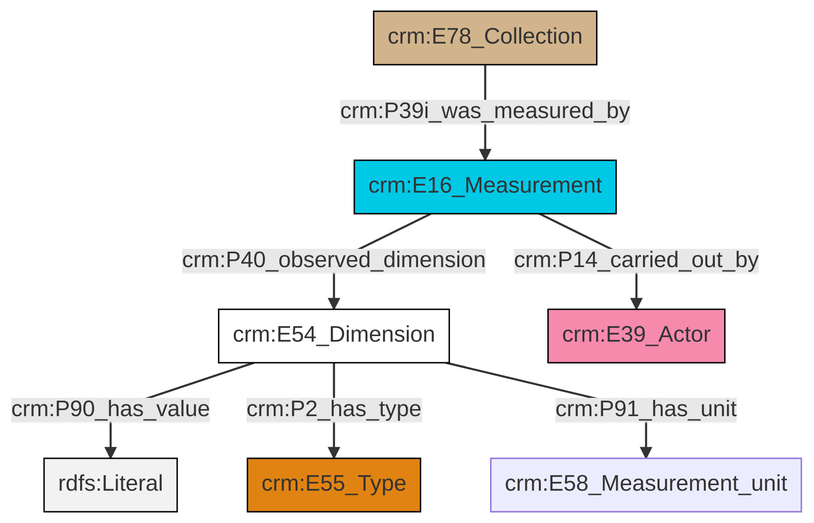
The Mermaid diagram et/archivalCSV/ttl/mmd/png/archival_substance.png in swiss-art-research-net/docs.swissartresearch, before a commit. Its source is kept beside it as et/archivalCSV/ttl/mmd/archival_substance.ttl.mmd.
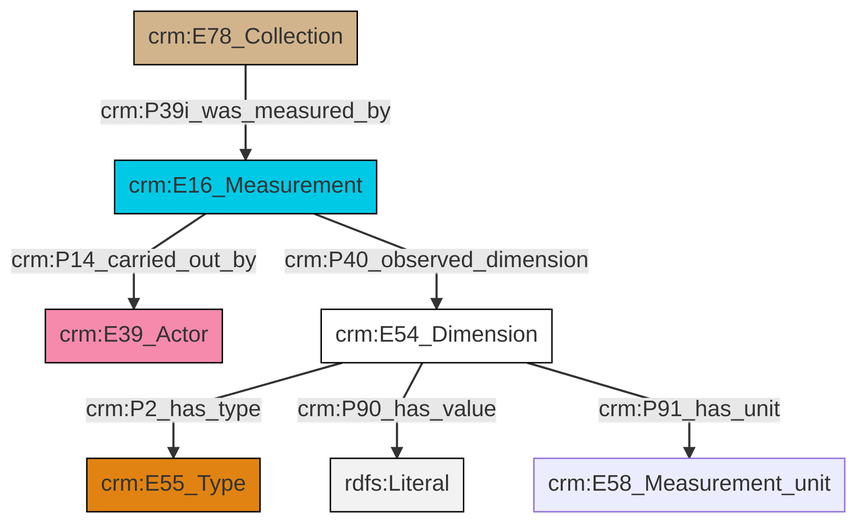
Above is the later version.

What changed in the source:
```diff
@@ -13,9 +13,9 @@
 classDef PC_Classes fill:#4ce600, stroke:#000000;
 classDef Multi fill:#cccccc,stroke:#000000;
 
-4["crm:E54_Dimension"]:::CRM_Entity -->|crm:P90_has_value| 6[rdfs:Literal]:::Literal
-7["crm:E16_Measurement"]:::Temporal_Entity -->|crm:P14_carried_out_by| 8["crm:E39_Actor"]:::Actor
-2["crm:E78_Collection"]:::Physical_Thing -->|crm:P39i_was_measured_by| 7["crm:E16_Measurement"]:::Temporal_Entity
-4["crm:E54_Dimension"]:::CRM_Entity -->|crm:P2_has_type| 0["crm:E55_Type"]:::Type
-4["crm:E54_Dimension"]:::CRM_Entity -->|crm:P91_has_unit| 11["crm:E58_Measurement_unit"]:::Default
-7["crm:E16_Measurement"]:::Temporal_Entity -->|crm:P40_observed_dimension| 4["crm:E54_Dimension"]:::CRM_Entity
+4["crm:E16_Measurement"]:::Temporal_Entity -->|crm:P14_carried_out_by| 0["crm:E39_Actor"]:::Actor
+2["crm:E54_Dimension"]:::CRM_Entity -->|crm:P2_has_type| 5["crm:E55_Type"]:::Type
+6["crm:E78_Collection"]:::Physical_Thing -->|crm:P39i_was_measured_by| 4["crm:E16_Measurement"]:::Temporal_Entity
+2["crm:E54_Dimension"]:::CRM_Entity -->|crm:P90_has_value| 8[rdfs:Literal]:::Literal
+4["crm:E16_Measurement"]:::Temporal_Entity -->|crm:P40_observed_dimension| 2["crm:E54_Dimension"]:::CRM_Entity
+2["crm:E54_Dimension"]:::CRM_Entity -->|crm:P91_has_unit| 9["crm:E58_Measurement_unit"]:::Default
```
